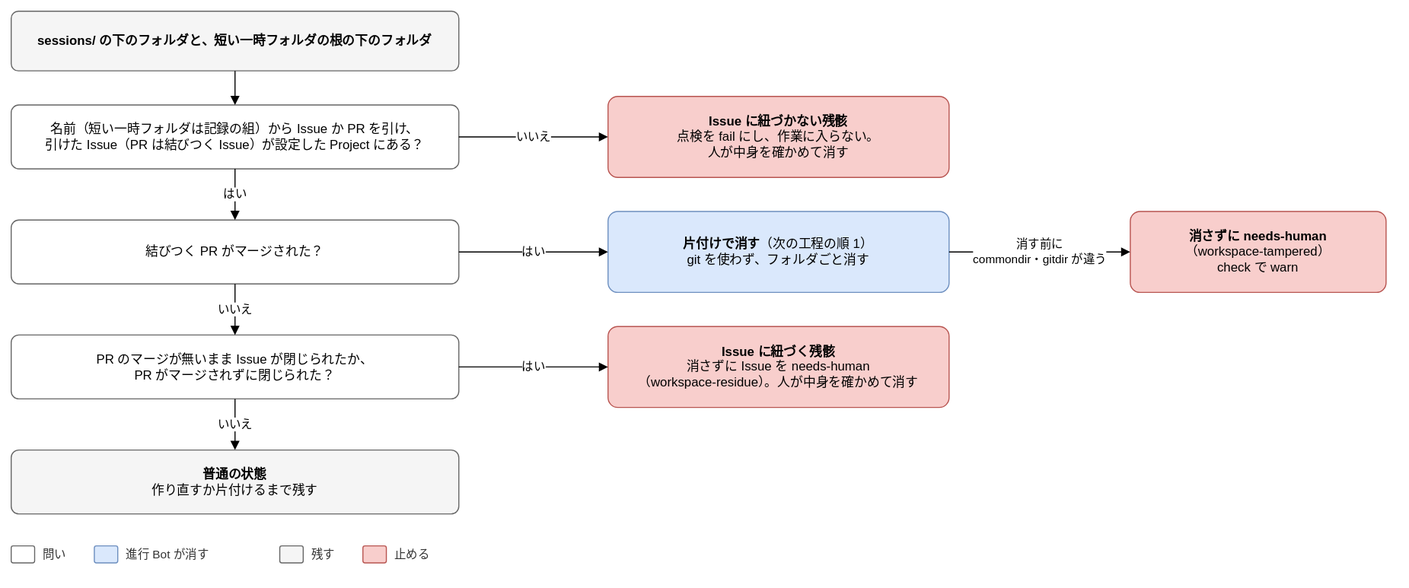
Earlier version of the draw.io export docs/design/basic/diagrams/02-workspace-residue.drawio.svg (Joymerrevent/dev-autopilot). Source tidied: cells renumbered, new cells last; positions are measured from the earlier drawing's top-left corner, leaving out a move shared by most shapes.
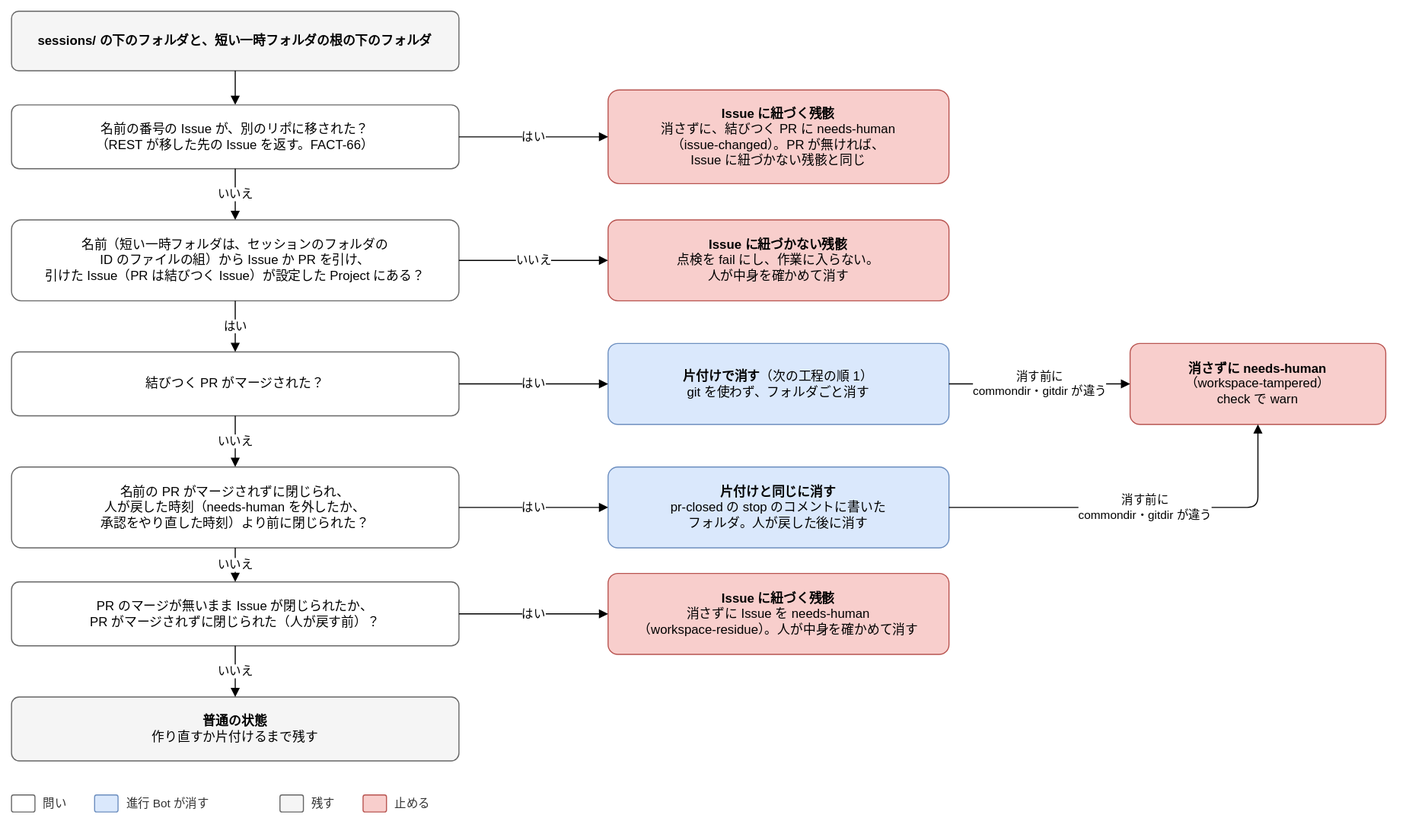
After the commit.

The edit, as a diff of the source:
```diff
@@ -5,28 +5,28 @@
     <mxCell id="2" value="&lt;b&gt;sessions/ の下のフォルダと、短い一時フォルダの根の下のフォルダ&lt;/b&gt;" style="rounded=1;whiteSpace=wrap;html=1;fontSize=12;arcSize=12;spacing=12;fillColor=#f5f5f5;strokeColor=#666666;" parent="1" vertex="1">
       <mxGeometry width="420" height="56" as="geometry" />
     </mxCell>
-    <mxCell id="3" value="名前（短い一時フォルダは記録の組）から Issue か PR を引け、&lt;br&gt;引けた Issue（PR は結びつく Issue）が設定した Project にある？" style="rounded=1;whiteSpace=wrap;html=1;fontSize=12;arcSize=12;spacing=12;fillColor=#ffffff;strokeColor=#666666;" parent="1" vertex="1">
-      <mxGeometry y="88" width="420" height="60" as="geometry" />
+    <mxCell id="3" value="名前（短い一時フォルダは、セッションのフォルダの&lt;br&gt;ID のファイルの組）から Issue か PR を引け、&lt;br&gt;引けた Issue（PR は結びつく Issue）が設定した Project にある？" style="rounded=1;whiteSpace=wrap;html=1;fontSize=12;arcSize=12;spacing=12;fillColor=#ffffff;strokeColor=#666666;" parent="1" vertex="1">
+      <mxGeometry y="196" width="420" height="76" as="geometry" />
     </mxCell>
     <mxCell id="4" value="結びつく PR がマージされた？" style="rounded=1;whiteSpace=wrap;html=1;fontSize=12;arcSize=12;spacing=12;fillColor=#ffffff;strokeColor=#666666;" parent="1" vertex="1">
-      <mxGeometry y="196" width="420" height="60" as="geometry" />
+      <mxGeometry y="320" width="420" height="60" as="geometry" />
     </mxCell>
-    <mxCell id="5" value="PR のマージが無いまま Issue が閉じられたか、&lt;br&gt;PR がマージされずに閉じられた？" style="rounded=1;whiteSpace=wrap;html=1;fontSize=12;arcSize=12;spacing=12;fillColor=#ffffff;strokeColor=#666666;" parent="1" vertex="1">
-      <mxGeometry y="304" width="420" height="60" as="geometry" />
+    <mxCell id="5" value="PR のマージが無いまま Issue が閉じられたか、&lt;br&gt;PR がマージされずに閉じられた（人が戻す前）？" style="rounded=1;whiteSpace=wrap;html=1;fontSize=12;arcSize=12;spacing=12;fillColor=#ffffff;strokeColor=#666666;" parent="1" vertex="1">
+      <mxGeometry y="536" width="420" height="60" as="geometry" />
     </mxCell>
     <mxCell id="6" value="&lt;b&gt;Issue に紐づかない残骸&lt;/b&gt;&lt;br&gt;点検を fail にし、作業に入らない。&lt;br&gt;人が中身を確かめて消す" style="rounded=1;whiteSpace=wrap;html=1;fontSize=12;arcSize=12;spacing=12;fillColor=#f8cecc;strokeColor=#b85450;" parent="1" vertex="1">
-      <mxGeometry x="560" y="80" width="320" height="76" as="geometry" />
+      <mxGeometry x="560" y="196" width="320" height="76" as="geometry" />
     </mxCell>
     <mxCell id="7" value="&lt;b&gt;片付けで消す&lt;/b&gt;（次の工程の順 1）&lt;br&gt;git を使わず、フォルダごと消す" style="rounded=1;whiteSpace=wrap;html=1;fontSize=12;arcSize=12;spacing=12;fillColor=#dae8fc;strokeColor=#6c8ebf;" parent="1" vertex="1">
-      <mxGeometry x="560" y="188" width="320" height="76" as="geometry" />
+      <mxGeometry x="560" y="312" width="320" height="76" as="geometry" />
     </mxCell>
     <mxCell id="8" value="&lt;b&gt;Issue に紐づく残骸&lt;/b&gt;&lt;br&gt;消さずに Issue を needs-human&lt;br&gt;（workspace-residue）。人が中身を確かめて消す" style="rounded=1;whiteSpace=wrap;html=1;fontSize=12;arcSize=12;spacing=12;fillColor=#f8cecc;strokeColor=#b85450;" parent="1" vertex="1">
-      <mxGeometry x="560" y="296" width="320" height="76" as="geometry" />
+      <mxGeometry x="560" y="528" width="320" height="76" as="geometry" />
     </mxCell>
     <mxCell id="9" value="&lt;b&gt;普通の状態&lt;/b&gt;&lt;br&gt;作り直すか片付けるまで残す" style="rounded=1;whiteSpace=wrap;html=1;fontSize=12;arcSize=12;spacing=12;fillColor=#f5f5f5;strokeColor=#666666;" parent="1" vertex="1">
-      <mxGeometry y="412" width="420" height="60" as="geometry" />
+      <mxGeometry y="644" width="420" height="60" as="geometry" />
     </mxCell>
-    <mxCell id="10" style="edgeStyle=orthogonalEdgeStyle;rounded=1;html=1;endArrow=block;endFill=1;fontSize=11;labelBackgroundColor=#ffffff;exitX=0.5;exitY=1;exitDx=0;exitDy=0;entryX=0.5;entryY=0;entryDx=0;entryDy=0;" parent="1" edge="1" source="2" target="3">
+    <mxCell id="10" style="edgeStyle=orthogonalEdgeStyle;rounded=1;html=1;endArrow=block;endFill=1;fontSize=11;labelBackgroundColor=#ffffff;exitX=0.5;exitY=1;exitDx=0;exitDy=0;entryX=0.5;entryY=0;entryDx=0;entryDy=0;" parent="1" edge="1" source="2" target="27">
       <mxGeometry relative="1" as="geometry" />
     </mxCell>
     <mxCell id="11" value="いいえ" style="edgeStyle=orthogonalEdgeStyle;rounded=1;html=1;endArrow=block;endFill=1;fontSize=11;labelBackgroundColor=#ffffff;exitX=1;exitY=0.5;exitDx=0;exitDy=0;entryX=0;entryY=0.5;entryDx=0;entryDy=0;" parent="1" edge="1" source="3" target="6">
@@ -38,7 +38,7 @@
     <mxCell id="13" value="はい" style="edgeStyle=orthogonalEdgeStyle;rounded=1;html=1;endArrow=block;endFill=1;fontSize=11;labelBackgroundColor=#ffffff;exitX=1;exitY=0.5;exitDx=0;exitDy=0;entryX=0;entryY=0.5;entryDx=0;entryDy=0;" parent="1" edge="1" source="4" target="7">
       <mxGeometry relative="1" as="geometry" />
     </mxCell>
-    <mxCell id="14" value="いいえ" style="edgeStyle=orthogonalEdgeStyle;rounded=1;html=1;endArrow=block;endFill=1;fontSize=11;labelBackgroundColor=#ffffff;exitX=0.5;exitY=1;exitDx=0;exitDy=0;entryX=0.5;entryY=0;entryDx=0;entryDy=0;" parent="1" edge="1" source="4" target="5">
+    <mxCell id="14" value="いいえ" style="edgeStyle=orthogonalEdgeStyle;rounded=1;html=1;endArrow=block;endFill=1;fontSize=11;labelBackgroundColor=#ffffff;exitX=0.5;exitY=1;exitDx=0;exitDy=0;entryX=0.5;entryY=0;entryDx=0;entryDy=0;" parent="1" edge="1" source="4" target="31">
       <mxGeometry relative="1" as="geometry" />
     </mxCell>
     <mxCell id="15" value="はい" style="edgeStyle=orthogonalEdgeStyle;rounded=1;html=1;endArrow=block;endFill=1;fontSize=11;labelBackgroundColor=#ffffff;exitX=1;exitY=0.5;exitDx=0;exitDy=0;entryX=0;entryY=0.5;entryDx=0;entryDy=0;" parent="1" edge="1" source="5" target="8">
@@ -48,34 +48,61 @@
       <mxGeometry relative="1" as="geometry" />
     </mxCell>
     <mxCell id="17" style="rounded=1;whiteSpace=wrap;html=1;fontSize=12;arcSize=12;spacing=12;fillColor=#ffffff;strokeColor=#666666;" parent="1" vertex="1">
-      <mxGeometry y="502" width="22" height="16" as="geometry" />
+      <mxGeometry y="736" width="22" height="16" as="geometry" />
     </mxCell>
     <mxCell id="18" value="問い" style="text;html=1;align=left;verticalAlign=middle;fontSize=11;fontColor=#333333;" parent="1" vertex="1">
-      <mxGeometry x="28" y="500" width="34" height="20" as="geometry" />
+      <mxGeometry x="28" y="734" width="34" height="20" as="geometry" />
     </mxCell>
     <mxCell id="19" style="rounded=1;whiteSpace=wrap;html=1;fontSize=12;arcSize=12;spacing=12;fillColor=#dae8fc;strokeColor=#6c8ebf;" parent="1" vertex="1">
-      <mxGeometry x="78" y="502" width="22" height="16" as="geometry" />
+      <mxGeometry x="78" y="736" width="22" height="16" as="geometry" />
     </mxCell>
     <mxCell id="20" value="進行 Bot が消す" style="text;html=1;align=left;verticalAlign=middle;fontSize=11;fontColor=#333333;" parent="1" vertex="1">
-      <mxGeometry x="106" y="500" width="130" height="20" as="geometry" />
+      <mxGeometry x="106" y="734" width="130" height="20" as="geometry" />
     </mxCell>
     <mxCell id="21" style="rounded=1;whiteSpace=wrap;html=1;fontSize=12;arcSize=12;spacing=12;fillColor=#f5f5f5;strokeColor=#666666;" parent="1" vertex="1">
-      <mxGeometry x="252" y="502" width="22" height="16" as="geometry" />
+      <mxGeometry x="252" y="736" width="22" height="16" as="geometry" />
     </mxCell>
     <mxCell id="22" value="残す" style="text;html=1;align=left;verticalAlign=middle;fontSize=11;fontColor=#333333;" parent="1" vertex="1">
-      <mxGeometry x="280" y="500" width="34" height="20" as="geometry" />
+      <mxGeometry x="280" y="734" width="34" height="20" as="geometry" />
     </mxCell>
     <mxCell id="23" style="rounded=1;whiteSpace=wrap;html=1;fontSize=12;arcSize=12;spacing=12;fillColor=#f8cecc;strokeColor=#b85450;" parent="1" vertex="1">
-      <mxGeometry x="330" y="502" width="22" height="16" as="geometry" />
+      <mxGeometry x="330" y="736" width="22" height="16" as="geometry" />
     </mxCell>
     <mxCell id="24" value="止める" style="text;html=1;align=left;verticalAlign=middle;fontSize=11;fontColor=#333333;" parent="1" vertex="1">
-      <mxGeometry x="358" y="500" width="46" height="20" as="geometry" />
+      <mxGeometry x="358" y="734" width="46" height="20" as="geometry" />
     </mxCell>
     <mxCell id="25" value="&lt;b&gt;消さずに needs-human&lt;/b&gt;&lt;br&gt;（workspace-tampered）&lt;br&gt;check で warn" style="rounded=1;whiteSpace=wrap;html=1;fontSize=12;arcSize=12;spacing=12;fillColor=#f8cecc;strokeColor=#b85450;" parent="1" vertex="1">
-      <mxGeometry x="1050" y="188" width="240" height="76" as="geometry" />
+      <mxGeometry x="1050" y="312" width="240" height="76" as="geometry" />
     </mxCell>
     <mxCell id="26" value="消す前に&lt;br&gt;commondir・gitdir が違う" style="edgeStyle=orthogonalEdgeStyle;rounded=1;html=1;endArrow=block;endFill=1;fontSize=11;labelBackgroundColor=#ffffff;exitX=1;exitY=0.5;exitDx=0;exitDy=0;entryX=0;entryY=0.5;entryDx=0;entryDy=0;" parent="1" edge="1" source="7" target="25">
       <mxGeometry relative="1" as="geometry" />
     </mxCell>
+    <mxCell id="27" value="名前の番号の Issue が、別のリポに移された？&lt;br&gt;（REST が移した先の Issue を返す。FACT-66）" style="rounded=1;whiteSpace=wrap;html=1;fontSize=12;arcSize=12;spacing=12;fillColor=#ffffff;strokeColor=#666666;" parent="1" vertex="1">
+      <mxGeometry y="88" width="420" height="60" as="geometry" />
+    </mxCell>
+    <mxCell id="28" value="&lt;b&gt;Issue に紐づく残骸&lt;/b&gt;&lt;br&gt;消さずに、結びつく PR に needs-human&lt;br&gt;（issue-changed）。PR が無ければ、&lt;br&gt;Issue に紐づかない残骸と同じ" style="rounded=1;whiteSpace=wrap;html=1;fontSize=12;arcSize=12;spacing=12;fillColor=#f8cecc;strokeColor=#b85450;" parent="1" vertex="1">
+      <mxGeometry x="560" y="74" width="320" height="88" as="geometry" />
+    </mxCell>
+    <mxCell id="29" value="はい" style="edgeStyle=orthogonalEdgeStyle;rounded=1;html=1;endArrow=block;endFill=1;fontSize=11;labelBackgroundColor=#ffffff;exitX=1;exitY=0.5;exitDx=0;exitDy=0;entryX=0;entryY=0.5;entryDx=0;entryDy=0;" parent="1" edge="1" source="27" target="28">
+      <mxGeometry relative="1" as="geometry" />
+    </mxCell>
+    <mxCell id="30" value="いいえ" style="edgeStyle=orthogonalEdgeStyle;rounded=1;html=1;endArrow=block;endFill=1;fontSize=11;labelBackgroundColor=#ffffff;exitX=0.5;exitY=1;exitDx=0;exitDy=0;entryX=0.5;entryY=0;entryDx=0;entryDy=0;" parent="1" edge="1" source="27" target="3">
+      <mxGeometry relative="1" as="geometry" />
+    </mxCell>
+    <mxCell id="31" value="名前の PR がマージされずに閉じられ、&lt;br&gt;人が戻した時刻（needs-human を外したか、&lt;br&gt;承認をやり直した時刻）より前に閉じられた？" style="rounded=1;whiteSpace=wrap;html=1;fontSize=12;arcSize=12;spacing=12;fillColor=#ffffff;strokeColor=#666666;" parent="1" vertex="1">
+      <mxGeometry y="428" width="420" height="76" as="geometry" />
+    </mxCell>
+    <mxCell id="32" value="&lt;b&gt;片付けと同じに消す&lt;/b&gt;&lt;br&gt;pr-closed の stop のコメントに書いた&lt;br&gt;フォルダ。人が戻した後に消す" style="rounded=1;whiteSpace=wrap;html=1;fontSize=12;arcSize=12;spacing=12;fillColor=#dae8fc;strokeColor=#6c8ebf;" parent="1" vertex="1">
+      <mxGeometry x="560" y="428" width="320" height="76" as="geometry" />
+    </mxCell>
+    <mxCell id="33" value="はい" style="edgeStyle=orthogonalEdgeStyle;rounded=1;html=1;endArrow=block;endFill=1;fontSize=11;labelBackgroundColor=#ffffff;exitX=1;exitY=0.5;exitDx=0;exitDy=0;entryX=0;entryY=0.5;entryDx=0;entryDy=0;" parent="1" edge="1" source="31" target="32">
+      <mxGeometry relative="1" as="geometry" />
+    </mxCell>
+    <mxCell id="34" value="いいえ" style="edgeStyle=orthogonalEdgeStyle;rounded=1;html=1;endArrow=block;endFill=1;fontSize=11;labelBackgroundColor=#ffffff;exitX=0.5;exitY=1;exitDx=0;exitDy=0;entryX=0.5;entryY=0;entryDx=0;entryDy=0;" parent="1" edge="1" source="31" target="5">
+      <mxGeometry relative="1" as="geometry" />
+    </mxCell>
+    <mxCell id="35" value="消す前に&lt;br&gt;commondir・gitdir が違う" style="edgeStyle=orthogonalEdgeStyle;rounded=1;html=1;endArrow=block;endFill=1;fontSize=11;labelBackgroundColor=#ffffff;exitX=1;exitY=0.5;exitDx=0;exitDy=0;entryX=0.5;entryY=1;entryDx=0;entryDy=0;" parent="1" edge="1" source="32" target="25">
+      <mxGeometry relative="1" as="geometry" />
+    </mxCell>
   </root>
 </mxGraphModel>
```
